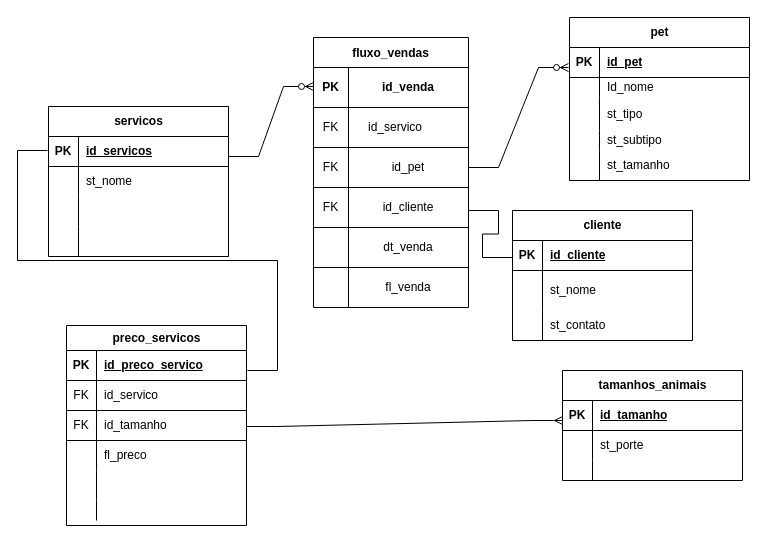
The draw.io diagram Polli/Diagrama bicho.drawio in reprograma/on34-python-s07-banco-de-dados-I, before the edit. Source tidied: cells renumbered, new cells numbered last; positions are measured from the earlier drawing's top-left corner, leaving out a move shared by most shapes. Both pictures are drawn from the tidied source at 100%, with x=0, y=0 at pixel (7, 17).
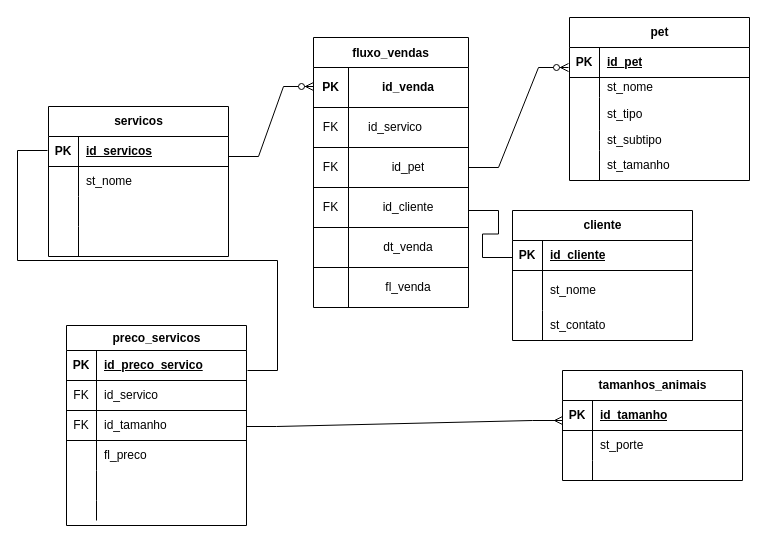
The same page after the edit.

Unchanged cells that the change refers to:
```xml
<mxCell id="7" style="shape=tableRow;horizontal=0;startSize=0;swimlaneHead=0;swimlaneBody=0;fillColor=none;top=0;left=0;right=0;bottom=0;" parent="3" vertex="1">
  <mxGeometry y="60" width="180" height="20" as="geometry" />
</mxCell>
```

Change to the diagram source:
```diff
@@
-    <mxCell id="9" value="Id_nome" style="shape=partialRectangle;fillColor=none;top=0;left=0;bottom=0;right=0;align=left;spacingLeft=6;overflow=hidden;whiteSpace=wrap;html=1;" parent="7" vertex="1">
+    <mxCell id="9" value="st_nome" style="shape=partialRectangle;fillColor=none;top=0;left=0;bottom=0;right=0;align=left;spacingLeft=6;overflow=hidden;whiteSpace=wrap;html=1;" parent="7" vertex="1">
       <mxGeometry x="30" width="150" height="20" as="geometry" />
     </mxCell>
```
